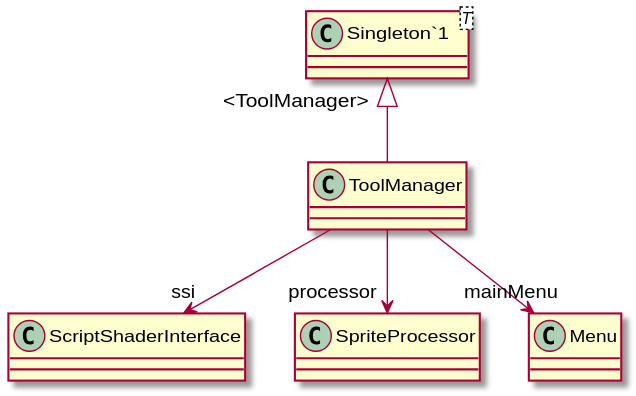
The PlantUML diagram UML/Assets/Scripts/ToolManager.svg in streepje8/ToolDev2023, before a commit.
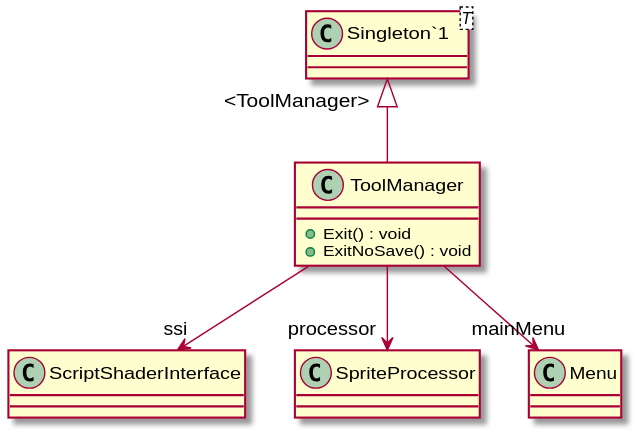
Later version of the same file.

Commit message:
Generate UML (Generate UML)

Change to the diagram source:
```diff
@@ -1,5 +1,7 @@
 @startuml
 class ToolManager {
+    + Exit() : void
+    + ExitNoSave() : void
 }
 class "Singleton`1"<T> {
 }
```
